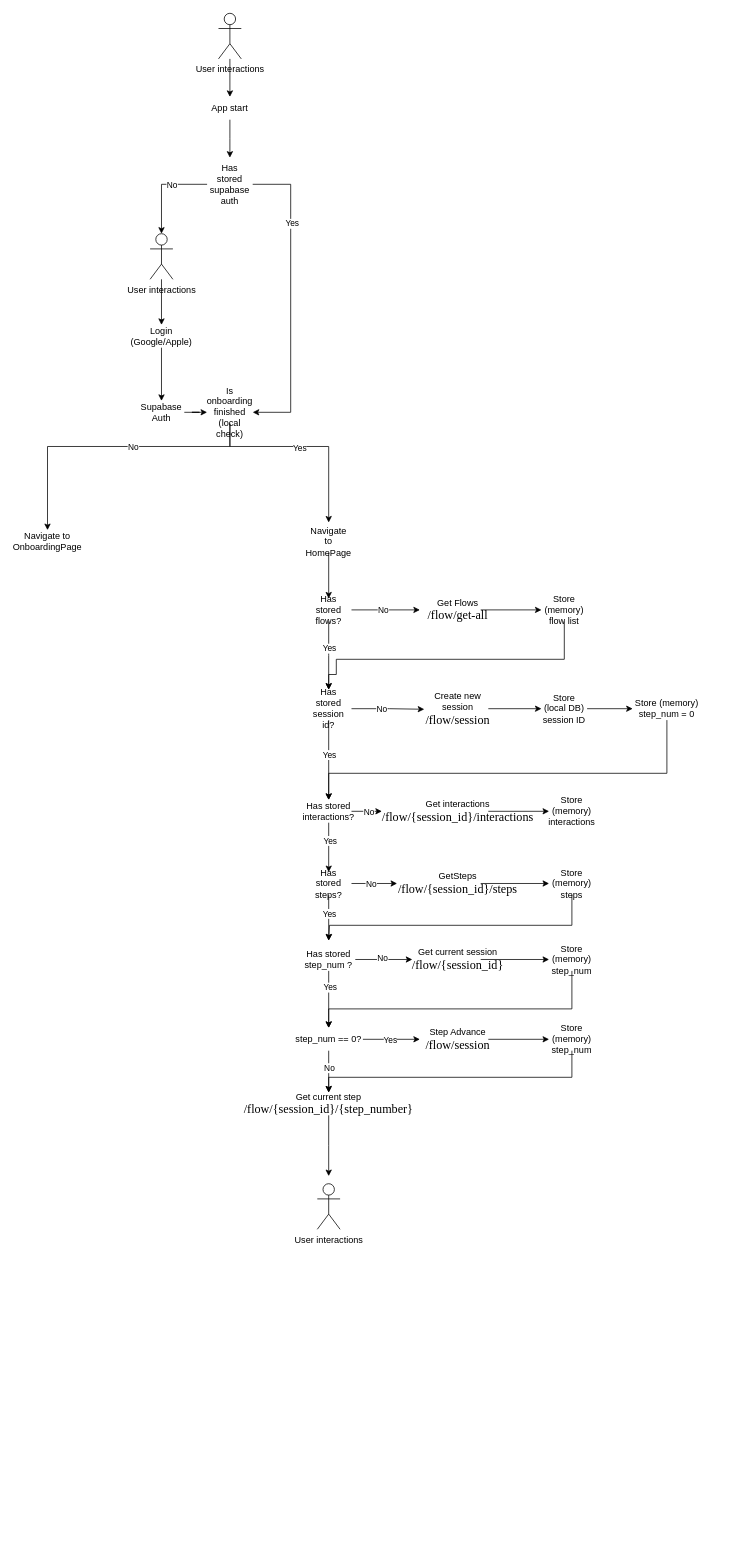
This is Diagrama sem nome.drawio from FelipeBaltazarNareia/DrawIO, a draw.io file, before an edit. Source tidied: cells renumbered, new cells numbered last; positions are measured from the earlier drawing's top-left corner, leaving out a move shared by most shapes. Both pictures are drawn from the tidied source at 76%, with x=0, y=0 at pixel (24, 13).
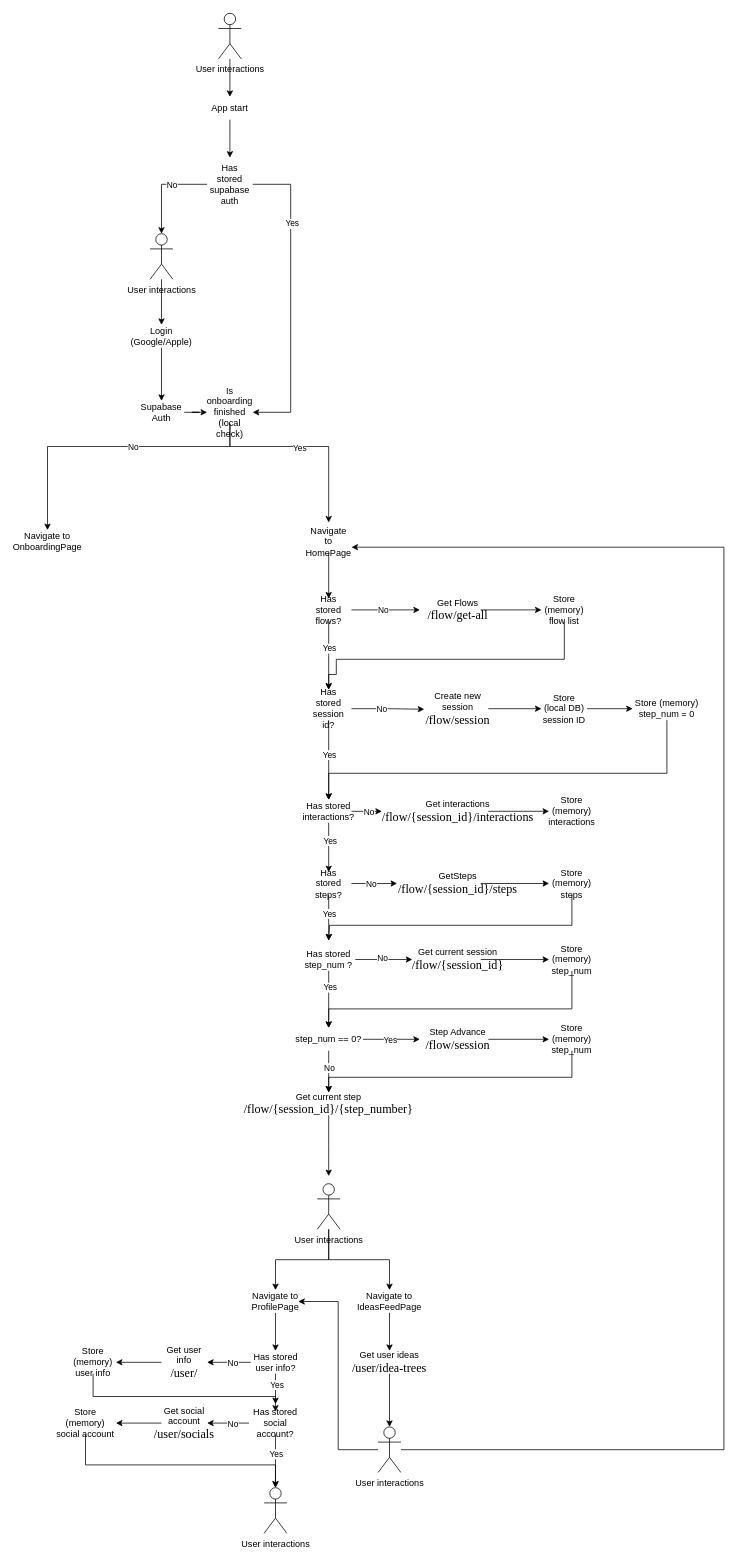
The same diagram, later.

The change refers to these unchanged cells:
```xml
<mxCell id="17" value="Navigate to HomePage" style="text;html=1;align=center;verticalAlign=middle;whiteSpace=wrap;rounded=0;" parent="1" vertex="1">
  <mxGeometry x="370" y="680" width="60" height="30" as="geometry" />
</mxCell>
<mxCell id="75" value="User interactions" style="shape=umlActor;verticalLabelPosition=bottom;verticalAlign=top;html=1;outlineConnect=0;" parent="1" vertex="1">
  <mxGeometry x="385" y="1540" width="30" height="60" as="geometry" />
</mxCell>
```

What changed in the source:
```diff
@@
+    <mxCell id="83" style="edgeStyle=orthogonalEdgeStyle;rounded=0;jettySize=auto;html=1;entryX=0.5;entryY=0;entryDx=0;entryDy=0;" parent="1" edge="1" source="75" target="88">
+      <mxGeometry relative="1" as="geometry">
+        <Array as="points">
+          <mxPoint x="400" y="1640" />
+          <mxPoint x="330" y="1640" />
+        </Array>
+      </mxGeometry>
+    </mxCell>
+    <mxCell id="84" style="edgeStyle=orthogonalEdgeStyle;rounded=0;jettySize=auto;html=1;entryX=0.5;entryY=0;entryDx=0;entryDy=0;" parent="1" edge="1" source="75" target="86">
+      <mxGeometry relative="1" as="geometry">
+        <Array as="points">
+          <mxPoint x="400" y="1640" />
+          <mxPoint x="480" y="1640" />
+        </Array>
+      </mxGeometry>
+    </mxCell>
@@
+    <mxCell id="85" style="edgeStyle=orthogonalEdgeStyle;rounded=0;jettySize=auto;html=1;entryX=0.5;entryY=0;entryDx=0;entryDy=0;" parent="1" edge="1" source="86" target="90">
+      <mxGeometry relative="1" as="geometry" />
+    </mxCell>
+    <mxCell id="86" value="Navigate to IdeasFeedPage" style="text;html=1;align=center;verticalAlign=middle;whiteSpace=wrap;rounded=0;" parent="1" vertex="1">
+      <mxGeometry x="450" y="1680" width="60" height="30" as="geometry" />
+    </mxCell>
+    <mxCell id="87" style="edgeStyle=orthogonalEdgeStyle;rounded=0;jettySize=auto;html=1;entryX=0.5;entryY=0;entryDx=0;entryDy=0;" parent="1" edge="1" source="88" target="98">
+      <mxGeometry relative="1" as="geometry" />
+    </mxCell>
+    <mxCell id="88" value="Navigate to ProfilePage" style="text;html=1;align=center;verticalAlign=middle;whiteSpace=wrap;rounded=0;" parent="1" vertex="1">
+      <mxGeometry x="300" y="1680" width="60" height="30" as="geometry" />
+    </mxCell>
+    <mxCell id="89" style="edgeStyle=orthogonalEdgeStyle;rounded=0;jettySize=auto;html=1;" parent="1" edge="1" source="90" target="93">
+      <mxGeometry relative="1" as="geometry" />
+    </mxCell>
+    <mxCell id="90" value="Get user ideas&lt;br&gt;&lt;span style=&quot;font-family: Times; font-size: medium; text-align: start; white-space: pre;&quot;&gt;/user/idea-trees&lt;/span&gt;" style="text;html=1;align=center;verticalAlign=middle;whiteSpace=wrap;rounded=0;" parent="1" vertex="1">
+      <mxGeometry x="450" y="1760" width="60" height="30" as="geometry" />
+    </mxCell>
+    <mxCell id="91" style="edgeStyle=orthogonalEdgeStyle;rounded=0;jettySize=auto;html=1;entryX=1;entryY=0.75;entryDx=0;entryDy=0;" parent="1" edge="1" source="93" target="17">
+      <mxGeometry relative="1" as="geometry">
+        <Array as="points">
+          <mxPoint x="920" y="1890" />
+          <mxPoint x="920" y="702" />
+        </Array>
+      </mxGeometry>
+    </mxCell>
+    <mxCell id="92" style="edgeStyle=orthogonalEdgeStyle;rounded=0;jettySize=auto;html=1;entryX=1;entryY=0.5;entryDx=0;entryDy=0;" parent="1" edge="1" source="93" target="88">
+      <mxGeometry relative="1" as="geometry" />
+    </mxCell>
+    <mxCell id="93" value="User interactions" style="shape=umlActor;verticalLabelPosition=bottom;verticalAlign=top;html=1;outlineConnect=0;" parent="1" vertex="1">
+      <mxGeometry x="465" y="1860" width="30" height="60" as="geometry" />
+    </mxCell>
+    <mxCell id="94" style="edgeStyle=orthogonalEdgeStyle;rounded=0;jettySize=auto;html=1;entryX=1;entryY=0.5;entryDx=0;entryDy=0;" parent="1" edge="1" source="98" target="100">
+      <mxGeometry relative="1" as="geometry" />
+    </mxCell>
+    <mxCell id="95" value="No" style="edgeLabel;html=1;align=center;verticalAlign=middle;" parent="94" vertex="1">
+      <mxGeometry x="-0.18" relative="1" as="geometry" />
+    </mxCell>
+    <mxCell id="96" style="edgeStyle=orthogonalEdgeStyle;rounded=0;jettySize=auto;html=1;entryX=0.5;entryY=0;entryDx=0;entryDy=0;" parent="1" edge="1" source="98" target="105">
+      <mxGeometry relative="1" as="geometry" />
+    </mxCell>
+    <mxCell id="97" value="Yes" style="edgeLabel;html=1;align=center;verticalAlign=middle;" parent="96" vertex="1">
+      <mxGeometry x="-0.45" y="1" relative="1" as="geometry" />
+    </mxCell>
+    <mxCell id="98" value="Has stored user info?" style="text;html=1;align=center;verticalAlign=middle;whiteSpace=wrap;rounded=0;" parent="1" vertex="1">
+      <mxGeometry x="297.5" y="1760" width="65" height="30" as="geometry" />
+    </mxCell>
+    <mxCell id="99" style="edgeStyle=orthogonalEdgeStyle;rounded=0;jettySize=auto;html=1;entryX=1;entryY=0.5;entryDx=0;entryDy=0;" parent="1" edge="1" source="100" target="102">
+      <mxGeometry relative="1" as="geometry" />
+    </mxCell>
+    <mxCell id="100" value="Get user info&lt;br&gt;&lt;span style=&quot;font-family: Times; font-size: medium; text-align: start; white-space: pre;&quot;&gt;/user/&lt;/span&gt;" style="text;html=1;align=center;verticalAlign=middle;whiteSpace=wrap;rounded=0;" parent="1" vertex="1">
+      <mxGeometry x="180" y="1760" width="60" height="30" as="geometry" />
+    </mxCell>
+    <mxCell id="101" style="edgeStyle=orthogonalEdgeStyle;rounded=0;jettySize=auto;html=1;" parent="1" edge="1" source="102">
+      <mxGeometry relative="1" as="geometry">
+        <mxPoint x="330" y="1830" as="targetPoint" />
+        <Array as="points">
+          <mxPoint x="90" y="1820" />
+          <mxPoint x="330" y="1820" />
+        </Array>
+      </mxGeometry>
+    </mxCell>
+    <mxCell id="102" value="Store (memory) user info" style="text;html=1;align=center;verticalAlign=middle;whiteSpace=wrap;rounded=0;" parent="1" vertex="1">
+      <mxGeometry x="60" y="1760" width="60" height="30" as="geometry" />
+    </mxCell>
+    <mxCell id="103" style="edgeStyle=orthogonalEdgeStyle;rounded=0;jettySize=auto;html=1;entryX=1;entryY=0.5;entryDx=0;entryDy=0;" parent="1" edge="1" source="105" target="107">
+      <mxGeometry relative="1" as="geometry" />
+    </mxCell>
+    <mxCell id="104" value="No" style="edgeLabel;html=1;align=center;verticalAlign=middle;" parent="103" vertex="1">
+      <mxGeometry x="-0.21" relative="1" as="geometry" />
+    </mxCell>
+    <mxCell id="105" value="Has stored social account?" style="text;html=1;align=center;verticalAlign=middle;whiteSpace=wrap;rounded=0;" parent="1" vertex="1">
+      <mxGeometry x="295" y="1840" width="70" height="30" as="geometry" />
+    </mxCell>
+    <mxCell id="106" style="edgeStyle=orthogonalEdgeStyle;rounded=0;jettySize=auto;html=1;entryX=1;entryY=0.5;entryDx=0;entryDy=0;" parent="1" edge="1" source="107" target="108">
+      <mxGeometry relative="1" as="geometry" />
+    </mxCell>
+    <mxCell id="107" value="Get social account&lt;br&gt;&lt;span style=&quot;font-family: Times; font-size: medium; text-align: start; white-space: pre;&quot;&gt;/user/socials&lt;/span&gt;" style="text;html=1;align=center;verticalAlign=middle;whiteSpace=wrap;rounded=0;" parent="1" vertex="1">
+      <mxGeometry x="180" y="1840" width="60" height="30" as="geometry" />
+    </mxCell>
+    <mxCell id="108" value="Store (memory) social account" style="text;html=1;align=center;verticalAlign=middle;whiteSpace=wrap;rounded=0;" parent="1" vertex="1">
+      <mxGeometry x="40" y="1840" width="80" height="30" as="geometry" />
+    </mxCell>
+    <mxCell id="109" value="User interactions" style="shape=umlActor;verticalLabelPosition=bottom;verticalAlign=top;html=1;outlineConnect=0;" parent="1" vertex="1">
+      <mxGeometry x="315" y="1940" width="30" height="60" as="geometry" />
+    </mxCell>
+    <mxCell id="110" style="edgeStyle=orthogonalEdgeStyle;rounded=0;jettySize=auto;html=1;entryX=0.5;entryY=0;entryDx=0;entryDy=0;entryPerimeter=0;" parent="1" edge="1" source="105" target="109">
+      <mxGeometry relative="1" as="geometry" />
+    </mxCell>
+    <mxCell id="111" value="Yes" style="edgeLabel;html=1;align=center;verticalAlign=middle;" parent="110" vertex="1">
+      <mxGeometry x="-0.28" relative="1" as="geometry" />
+    </mxCell>
+    <mxCell id="112" style="edgeStyle=orthogonalEdgeStyle;rounded=0;jettySize=auto;html=1;entryX=0.5;entryY=0;entryDx=0;entryDy=0;entryPerimeter=0;" parent="1" edge="1" source="108" target="109">
+      <mxGeometry relative="1" as="geometry">
+        <Array as="points">
+          <mxPoint x="80" y="1910" />
+          <mxPoint x="330" y="1910" />
+        </Array>
+      </mxGeometry>
+    </mxCell>
```
